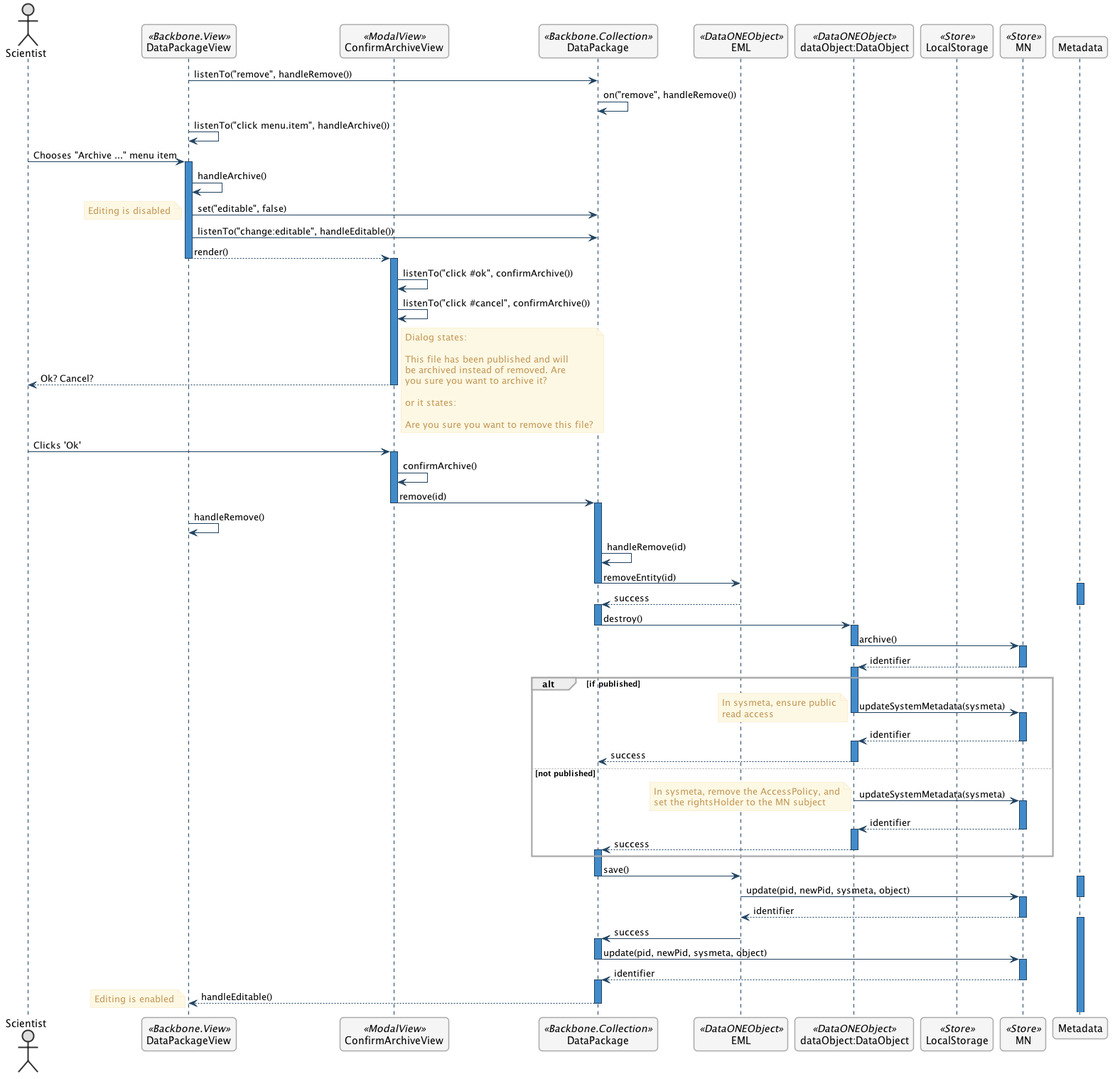
Earlier version of the PlantUML export metacatui/docs/design/editor/use-cases/images/remove-a-file-sequence-diagram.png (NCEAS/metacatui).
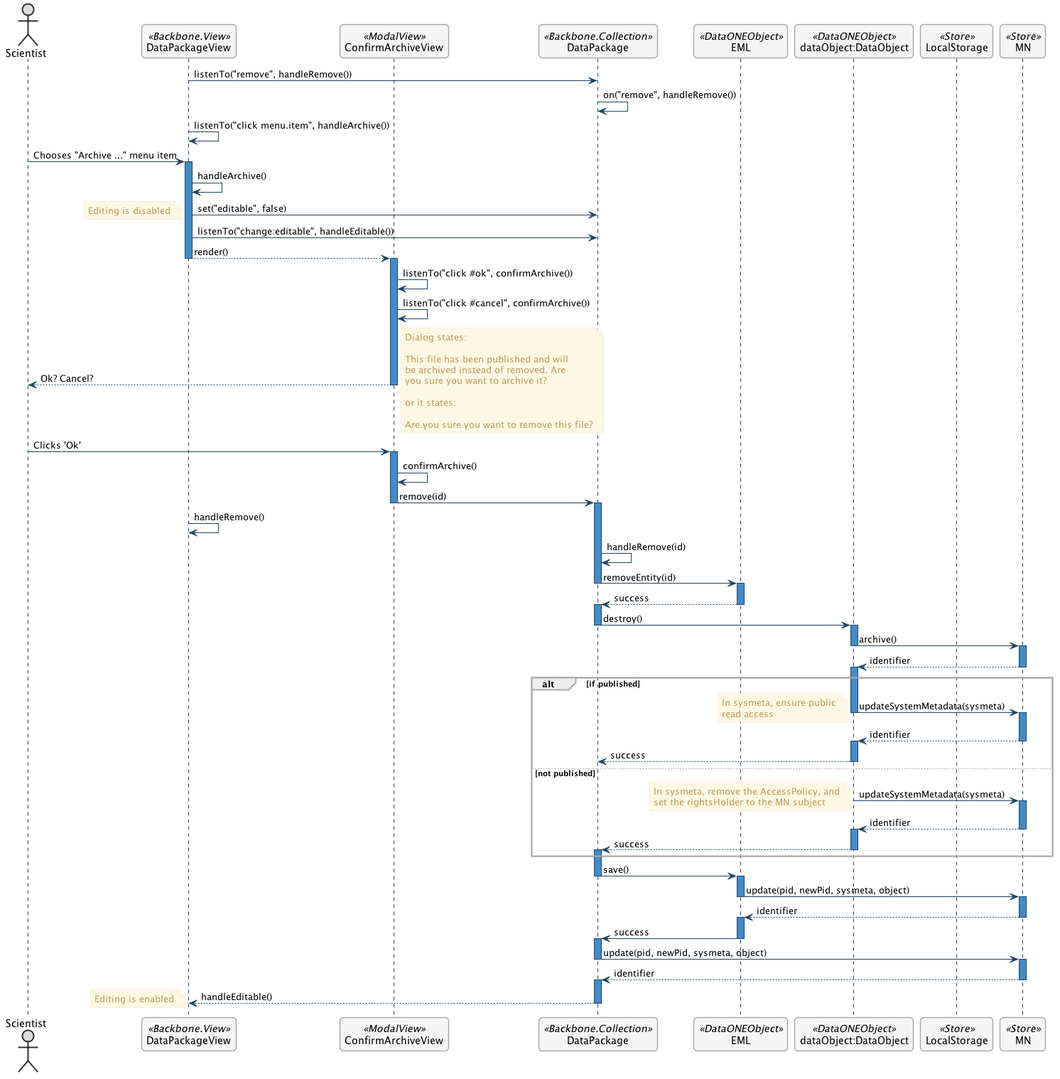
After the commit.

Commit message:
Rename the Metadata participant to EML to be more consistent with the class diagrams.(Missed a few spots)

Diff of the diagram source:
```diff
@@ -87,9 +87,9 @@
     DataPackage -> EML : removeEntity(id)
   deactivate DataPackage
 
-  activate Metadata
+  activate EML
     EML --> DataPackage : success
-  deactivate Metadata
+  deactivate EML
 
   activate DataPackage
     DataPackage -> DataObject : destroy()
@@ -143,15 +143,15 @@
     DataPackage -> EML : save()
   deactivate DataPackage
 
-  activate Metadata
+  activate EML
     EML -> MN : update(pid, newPid, sysmeta, object)
-  deactivate Metadata
+  deactivate EML
 
   activate MN
     MN --> EML : identifier
   deactivate MN
 
-  activate Metadata
+  activate EML
     EML -> DataPackage : success
   deactivate EML
 
```
